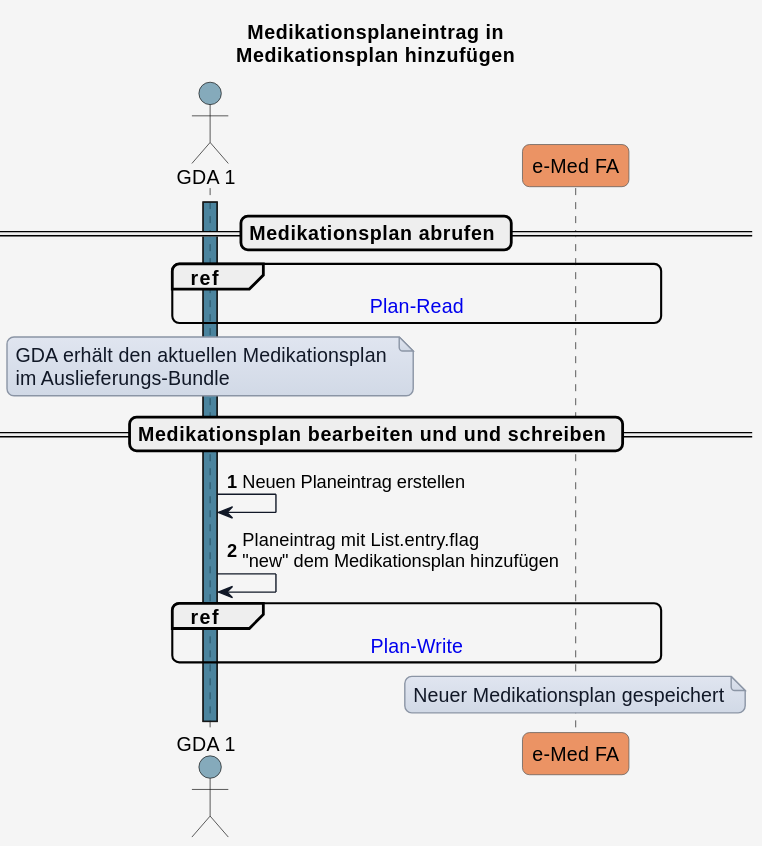
This is input/images/plantuml/UC_eMed_02_03.svg from HL7Austria/ELGA-e-Medikation-R4, a PlantUML export, as it was before one commit. Its diagram source:
```plantuml
@startuml
title Medikationsplaneintrag in\nMedikationsplan hinzufügen


skinparam borderColor #000000
skinparam backgroundColor #f5f5f5
skinparam shadowing false
skinparam roundCorner 10
skinparam defaultFontName "Arial"
skinparam defaultFontSize 14
skinparam defaultFontColor #000000
skinparam HyperlinkColor #0000EE
skinparam HyperlinkUnderline false
skinparam BoxPadding 20
skinparam BoxBorderColor #555555

skinparam note {
  BackgroundColor #e0e5f0-#d1d9e6
  BorderColor #8b95a5
  BorderThickness 1
  RoundCorner 0
  Padding 6
  FontColor #111827
  Shadowing false
}

skinparam sequence {
  ParticipantBorderColor #555555
  ParticipantBackgroundColor #ffffff
  ParticipantFontColor #000000
  ParticipantFontSize 14
  ParticipantPadding 20
  ArrowColor #111827
  ArrowThickness 1
  ArrowFontColor #000000
  ArrowFontSize 13
  GroupBorderColor #111827
  GroupBackgroundColor #eef2ff
  GroupBorderThickness 2
}

!define COLOR_GDA_1    #15608280
!define COLOR_GDA_2    #96607D80
!define COLOR_PATIENT  #196B2480
!define COLOR_APO      #0F9ED590
!define COLOR_EMED_FA  #e97232bd
!define COLOR_E_REZEPT #cd3732a9

!define COLOR_OK       #0F9ED525
!define COLOR_ERROR    #E9713235

actor GDA_1 as "GDA 1" COLOR_GDA_1
participant eMed_FA as "e-Med FA" COLOR_EMED_FA

autonumber


== Medikationsplan abrufen ==

activate GDA_1 COLOR_GDA_1

ref over GDA_1, eMed_FA : [[interactions.html#sequenzdiagramm-plan-read Plan-Read]]

note over GDA_1
GDA erhält den aktuellen Medikationsplan
im Auslieferungs-Bundle
end note

== Medikationsplan bearbeiten und und schreiben ==

GDA_1 -> GDA_1: Neuen Planeintrag erstellen
GDA_1 -> GDA_1: Planeintrag mit List.entry.flag\n"new" dem Medikationsplan hinzufügen

ref over GDA_1, eMed_FA : [[interactions.html#plan-write Plan-Write]]

note over eMed_FA
Neuer Medikationsplan gespeichert
end note
@enduml
```
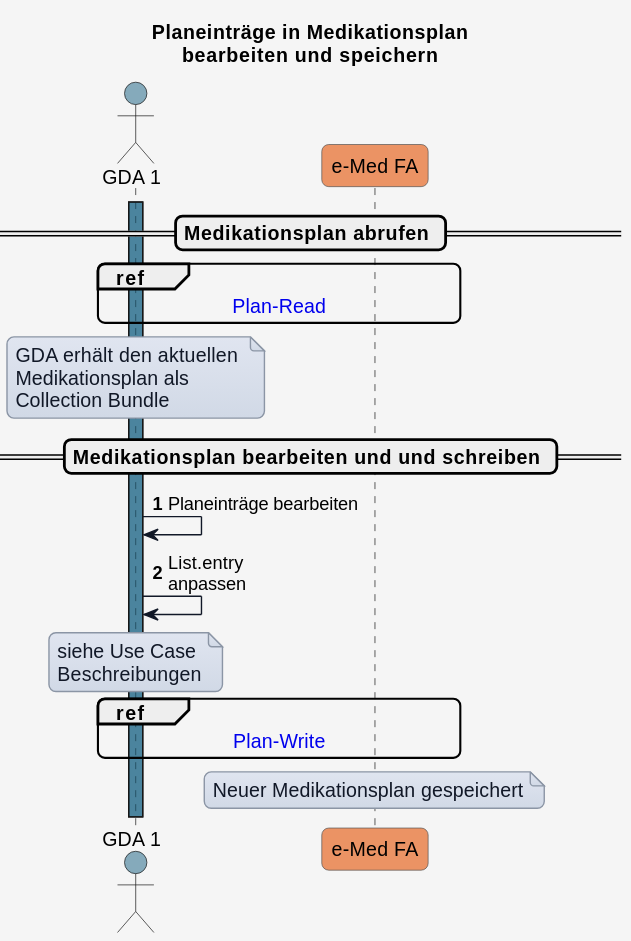
After the commit.

Diff of the diagram source:
```diff
@@ -1,5 +1,5 @@
 @startuml
-title Medikationsplaneintrag in\nMedikationsplan hinzufügen
+title Planeinträge in Medikationsplan\nbearbeiten und speichern
 
 
 skinparam borderColor #000000
@@ -62,14 +62,20 @@
 ref over GDA_1, eMed_FA : [[interactions.html#sequenzdiagramm-plan-read Plan-Read]]
 
 note over GDA_1
-GDA erhält den aktuellen Medikationsplan
-im Auslieferungs-Bundle
+GDA erhält den aktuellen
+Medikationsplan als
+Collection Bundle
 end note
 
 == Medikationsplan bearbeiten und und schreiben ==
 
-GDA_1 -> GDA_1: Neuen Planeintrag erstellen
-GDA_1 -> GDA_1: Planeintrag mit List.entry.flag\n"new" dem Medikationsplan hinzufügen
+GDA_1 -> GDA_1: Planeinträge bearbeiten
+GDA_1 -> GDA_1: List.entry\nanpassen
+
+note over GDA_1
+siehe Use Case
+Beschreibungen
+end note
 
 ref over GDA_1, eMed_FA : [[interactions.html#plan-write Plan-Write]]
 
```
